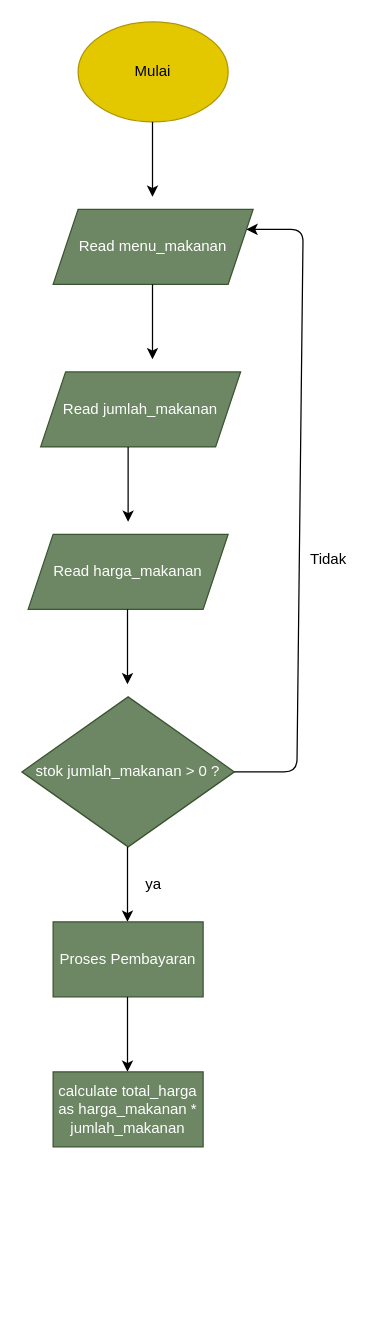
Above: flowchart-fe2848059.drawio in gabryella-apriani-sinaga/Gabryella_Apriani_Sinaga-Order_Makanan_via_Online (draw.io), before the change. Source tidied: cells renumbered, new cells numbered last; positions are measured from the earlier drawing's top-left corner, leaving out a move shared by most shapes. Both pictures are drawn from the tidied source at 125%, with x=0, y=0 at pixel (21, 21).
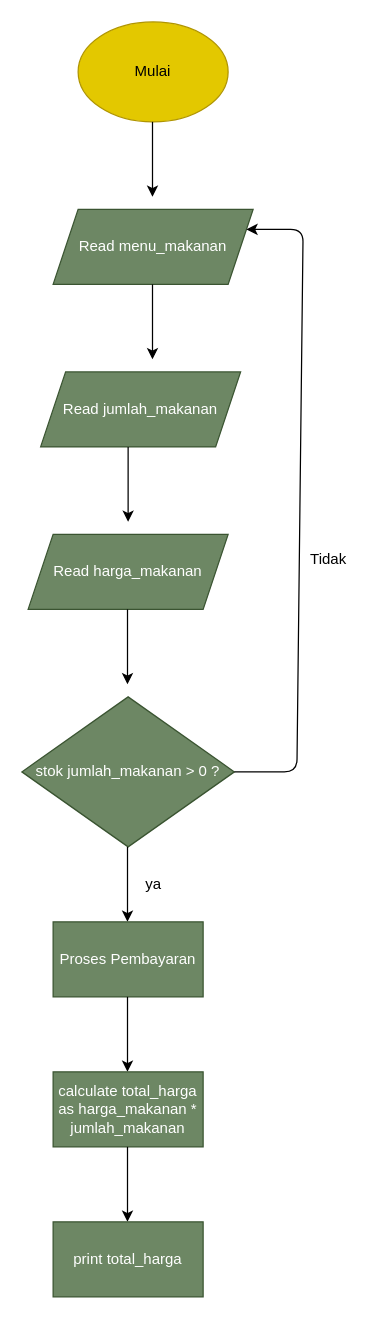
The same diagram, later.

Commit message:
make new state 'print total_harga'

Diff of the diagram source:
```diff
@@
+    <mxCell id="18" style="endArrow=classic;html=1;" parent="1" edge="1">
+      <mxGeometry relative="1" as="geometry">
+        <mxPoint x="84.5" y="900" as="sourcePoint" />
+        <mxPoint x="84.5" y="960" as="targetPoint" />
+      </mxGeometry>
+    </mxCell>
+    <mxCell id="19" value="print total_harga" style="rounded=0;whiteSpace=wrap;html=1;fillColor=#6d8764;fontColor=#ffffff;strokeColor=#3A5431;" parent="1" vertex="1">
+      <mxGeometry x="25" y="960" width="120" height="60" as="geometry" />
+    </mxCell>
```
